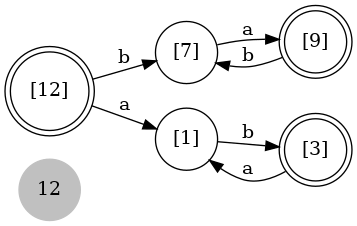
The Graphviz diagram automateDeterministe.png in RED-AUtoMate/Automates, before a commit. Its source is kept beside it as automateDeterministe.dot. Its diagram source:
```dot
digraph automate {
	rankdir=LR;
	size="8,5";
    node  [shape = circle];
    "12"  [style = "filled",color ="gray"];
    "[12]"  [shape = "doublecircle"];
    "[3]"  [shape = "doublecircle"];
    "[9]"  [shape = "doublecircle"];
    "[7]" -> "[9]" [label= "a"];
    "[3]" -> "[1]" [label= "a"];
    "[1]" -> "[3]" [label= "b"];
    "[12]" -> "[1]" [label= "a"];
    "[12]" -> "[7]" [label= "b"];
    "[9]" -> "[7]" [label= "b"];
}
```
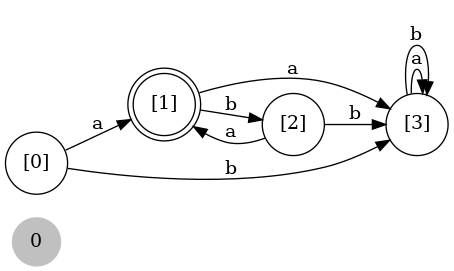
After the change.

Change to the diagram source:
```diff
@@ -2,14 +2,14 @@
 	rankdir=LR;
 	size="8,5";
     node  [shape = circle];
-    "12"  [style = "filled",color ="gray"];
-    "[12]"  [shape = "doublecircle"];
-    "[3]"  [shape = "doublecircle"];
-    "[9]"  [shape = "doublecircle"];
-    "[7]" -> "[9]" [label= "a"];
-    "[3]" -> "[1]" [label= "a"];
-    "[1]" -> "[3]" [label= "b"];
-    "[12]" -> "[1]" [label= "a"];
-    "[12]" -> "[7]" [label= "b"];
-    "[9]" -> "[7]" [label= "b"];
+    "0"  [style = "filled",color ="gray"];
+    "[1]"  [shape = "doublecircle"];
+    "[3]" -> "[3]" [label= "a"];
+    "[3]" -> "[3]" [label= "b"];
+    "[1]" -> "[3]" [label= "a"];
+    "[1]" -> "[2]" [label= "b"];
+    "[2]" -> "[1]" [label= "a"];
+    "[2]" -> "[3]" [label= "b"];
+    "[0]" -> "[1]" [label= "a"];
+    "[0]" -> "[3]" [label= "b"];
 }
```
